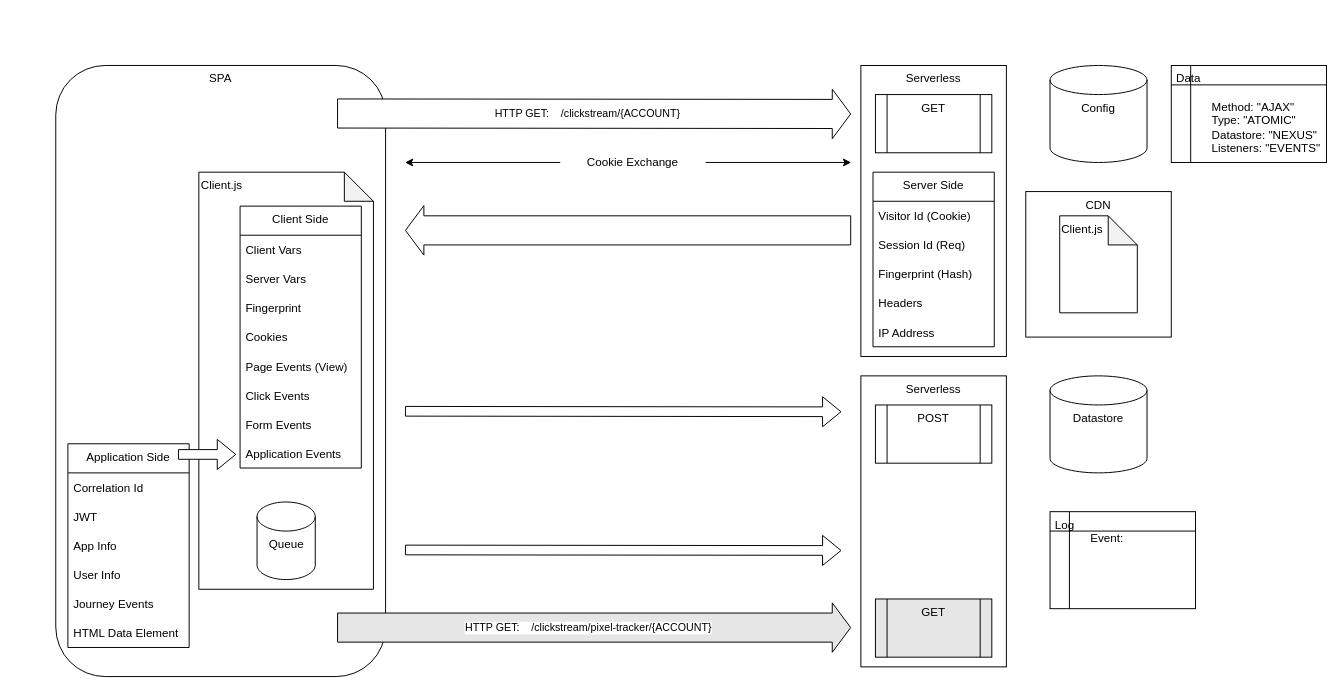
This is Clickstream.drawio from hikumealan/draw-io-diagrams, a draw.io file, before an edit. Source tidied: cells renumbered, new cells numbered last; positions are measured from the earlier drawing's top-left corner, leaving out a move shared by most shapes. Both pictures are drawn from the tidied source at 97%, with x=0, y=0 at pixel (55, 65).
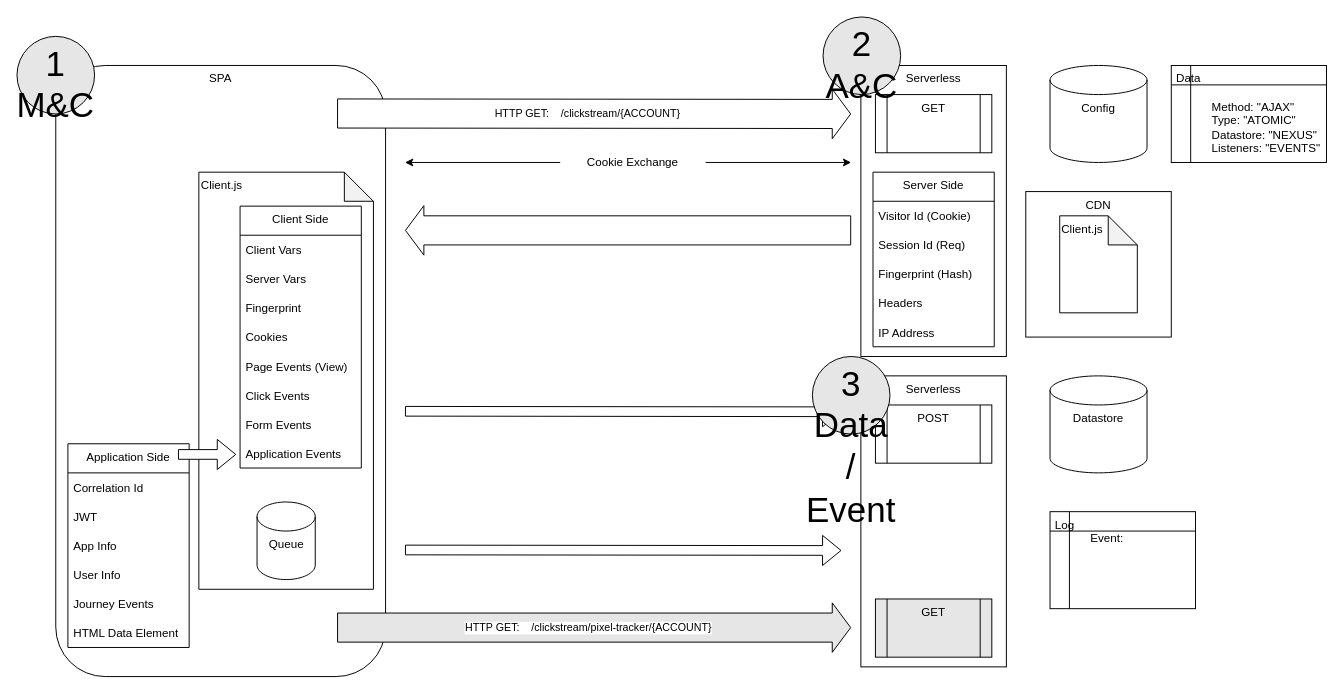
The same page after the edit.

The edit, as a diff of the source:
```diff
@@
+    <mxCell id="49" value="1&lt;br&gt;M&amp;amp;C" style="ellipse;whiteSpace=wrap;html=1;fillColor=#E6E6E6;verticalAlign=top;fontSize=36;" parent="1" vertex="1">
+      <mxGeometry x="-40" y="-30" width="80" height="80" as="geometry" />
+    </mxCell>
+    <mxCell id="50" value="2&lt;br&gt;A&amp;amp;C" style="ellipse;whiteSpace=wrap;html=1;fillColor=#E6E6E6;verticalAlign=top;fontSize=36;" parent="1" vertex="1">
+      <mxGeometry x="791" y="-50" width="80" height="80" as="geometry" />
+    </mxCell>
+    <mxCell id="51" value="3&lt;br&gt;Data / Event" style="ellipse;whiteSpace=wrap;html=1;fillColor=#E6E6E6;verticalAlign=top;fontSize=36;" parent="1" vertex="1">
+      <mxGeometry x="780" y="300" width="80" height="80" as="geometry" />
+    </mxCell>
```
